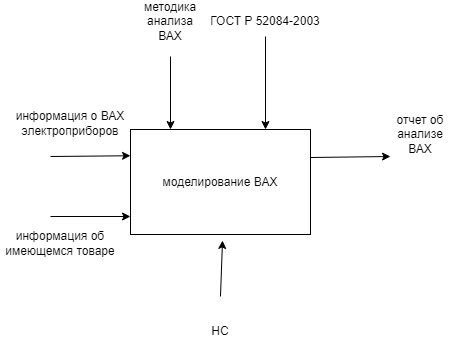
Earlier version of the draw.io export diagram.drawio.png (DiKachura/tppo). Source tidied: cells renumbered, new cells last; positions are measured from the earlier drawing's top-left corner, leaving out a move shared by most shapes. The source it was exported from:
```xml
<mxGraphModel>
  <root>
    <mxCell id="0" />
    <mxCell id="1" parent="0" />
    <mxCell id="2" value="моделирование ВАХ" style="rounded=0;whiteSpace=wrap;html=1;" parent="1" vertex="1">
      <mxGeometry x="130" y="123" width="180" height="105" as="geometry" />
    </mxCell>
    <mxCell id="3" style="endArrow=classic;html=1;rounded=0;entryX=0;entryY=0.25;entryDx=0;entryDy=0;" parent="1" edge="1" target="2">
      <mxGeometry relative="1" as="geometry">
        <mxPoint x="50" y="150" as="sourcePoint" />
      </mxGeometry>
    </mxCell>
    <mxCell id="4" style="endArrow=classic;html=1;rounded=0;entryX=0;entryY=0.25;entryDx=0;entryDy=0;" parent="1" edge="1">
      <mxGeometry relative="1" as="geometry">
        <mxPoint x="50" y="210" as="sourcePoint" />
        <mxPoint x="130" y="210" as="targetPoint" />
      </mxGeometry>
    </mxCell>
    <mxCell id="5" value="информация о ВАХ электроприборов" style="text;html=1;strokeColor=none;fillColor=none;align=center;verticalAlign=middle;whiteSpace=wrap;rounded=0;" parent="1" vertex="1">
      <mxGeometry x="10" y="90" width="120" height="53" as="geometry" />
    </mxCell>
    <mxCell id="6" value="информация об имеющемся товаре" style="text;html=1;strokeColor=none;fillColor=none;align=center;verticalAlign=middle;whiteSpace=wrap;rounded=0;" parent="1" vertex="1">
      <mxGeometry y="210" width="120" height="53" as="geometry" />
    </mxCell>
    <mxCell id="7" style="endArrow=classic;html=1;rounded=0;entryX=0.539;entryY=1.057;entryDx=0;entryDy=0;entryPerimeter=0;" parent="1" edge="1">
      <mxGeometry relative="1" as="geometry">
        <mxPoint x="220" y="290" as="sourcePoint" />
        <mxPoint x="222" y="234" as="targetPoint" />
      </mxGeometry>
    </mxCell>
    <mxCell id="8" value="НС" style="text;html=1;strokeColor=none;fillColor=none;align=center;verticalAlign=middle;whiteSpace=wrap;rounded=0;" parent="1" vertex="1">
      <mxGeometry x="190" y="310" width="60" height="30" as="geometry" />
    </mxCell>
    <mxCell id="9" style="endArrow=classic;html=1;rounded=0;entryX=0;entryY=0.25;entryDx=0;entryDy=0;" parent="1" edge="1">
      <mxGeometry relative="1" as="geometry">
        <mxPoint x="310" y="151" as="sourcePoint" />
        <mxPoint x="390" y="150" as="targetPoint" />
      </mxGeometry>
    </mxCell>
    <mxCell id="10" style="endArrow=classic;html=1;rounded=0;entryX=0.5;entryY=0;entryDx=0;entryDy=0;" parent="1" edge="1">
      <mxGeometry relative="1" as="geometry">
        <mxPoint x="170" y="50" as="sourcePoint" />
        <mxPoint x="170" y="123" as="targetPoint" />
      </mxGeometry>
    </mxCell>
    <mxCell id="11" value="методика анализа ВАХ" style="text;html=1;strokeColor=none;fillColor=none;align=center;verticalAlign=middle;whiteSpace=wrap;rounded=0;" parent="1" vertex="1">
      <mxGeometry x="140" width="60" height="30" as="geometry" />
    </mxCell>
    <mxCell id="12" value="отчет об анализе ВАХ" style="text;html=1;strokeColor=none;fillColor=none;align=center;verticalAlign=middle;whiteSpace=wrap;rounded=0;" parent="1" vertex="1">
      <mxGeometry x="390" y="113" width="60" height="30" as="geometry" />
    </mxCell>
    <mxCell id="13" style="edgeStyle=orthogonalEdgeStyle;rounded=0;jettySize=auto;html=1;entryX=0.75;entryY=0;entryDx=0;entryDy=0;" parent="1" edge="1" source="14" target="2">
      <mxGeometry relative="1" as="geometry" />
    </mxCell>
    <mxCell id="14" value="ГОСТ Р 52084-2003" style="text;html=1;strokeColor=none;fillColor=none;align=center;verticalAlign=middle;whiteSpace=wrap;rounded=0;" parent="1" vertex="1">
      <mxGeometry x="200" width="130" height="30" as="geometry" />
    </mxCell>
  </root>
</mxGraphModel>
```
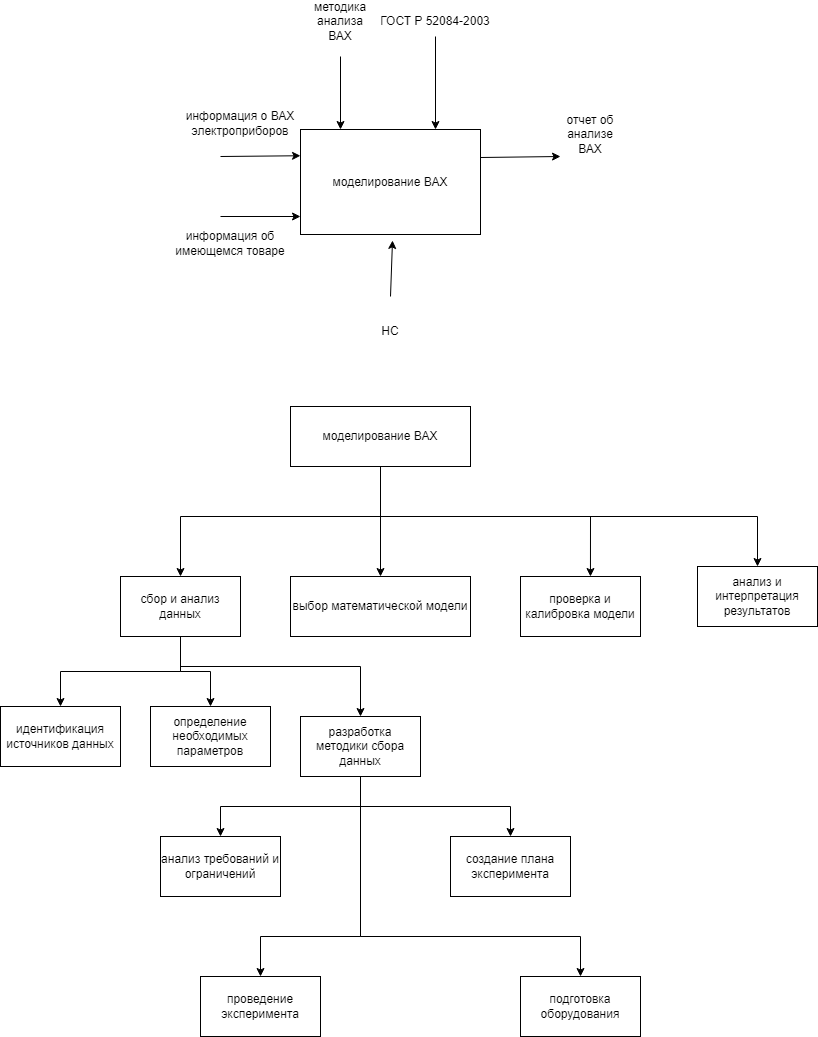
Later version of the same file.

Diff of the diagram source:
```diff
@@ -55,5 +55,114 @@
     <mxCell id="14" value="ГОСТ Р 52084-2003" style="text;html=1;strokeColor=none;fillColor=none;align=center;verticalAlign=middle;whiteSpace=wrap;rounded=0;" parent="1" vertex="1">
       <mxGeometry x="200" width="130" height="30" as="geometry" />
     </mxCell>
+    <mxCell id="15" style="edgeStyle=orthogonalEdgeStyle;rounded=0;jettySize=auto;html=1;" parent="1" edge="1" source="19" target="20">
+      <mxGeometry relative="1" as="geometry" />
+    </mxCell>
+    <mxCell id="16" style="edgeStyle=orthogonalEdgeStyle;rounded=0;jettySize=auto;html=1;" parent="1" edge="1" source="19" target="24">
+      <mxGeometry relative="1" as="geometry">
+        <Array as="points">
+          <mxPoint x="210" y="510" />
+          <mxPoint x="10" y="510" />
+        </Array>
+      </mxGeometry>
+    </mxCell>
+    <mxCell id="17" style="edgeStyle=orthogonalEdgeStyle;rounded=0;jettySize=auto;html=1;entryX=0.583;entryY=0;entryDx=0;entryDy=0;entryPerimeter=0;" parent="1" edge="1" source="19" target="25">
+      <mxGeometry relative="1" as="geometry">
+        <Array as="points">
+          <mxPoint x="210" y="510" />
+          <mxPoint x="420" y="510" />
+        </Array>
+      </mxGeometry>
+    </mxCell>
+    <mxCell id="18" style="edgeStyle=orthogonalEdgeStyle;rounded=0;jettySize=auto;html=1;entryX=0.5;entryY=0;entryDx=0;entryDy=0;" parent="1" edge="1" source="19" target="26">
+      <mxGeometry relative="1" as="geometry">
+        <Array as="points">
+          <mxPoint x="210" y="510" />
+          <mxPoint x="587" y="510" />
+        </Array>
+      </mxGeometry>
+    </mxCell>
+    <mxCell id="19" value="моделирование ВАХ" style="rounded=0;whiteSpace=wrap;html=1;" parent="1" vertex="1">
+      <mxGeometry x="120" y="400" width="180" height="60" as="geometry" />
+    </mxCell>
+    <mxCell id="20" value="выбор математической модели" style="rounded=0;whiteSpace=wrap;html=1;" parent="1" vertex="1">
+      <mxGeometry x="120" y="570" width="180" height="60" as="geometry" />
+    </mxCell>
+    <mxCell id="21" style="edgeStyle=orthogonalEdgeStyle;rounded=0;jettySize=auto;html=1;entryX=0.5;entryY=0;entryDx=0;entryDy=0;" parent="1" edge="1" source="24" target="28">
+      <mxGeometry relative="1" as="geometry" />
+    </mxCell>
+    <mxCell id="22" style="edgeStyle=orthogonalEdgeStyle;rounded=0;jettySize=auto;html=1;entryX=0.5;entryY=0;entryDx=0;entryDy=0;" parent="1" edge="1" source="24" target="27">
+      <mxGeometry relative="1" as="geometry" />
+    </mxCell>
+    <mxCell id="23" style="edgeStyle=orthogonalEdgeStyle;rounded=0;jettySize=auto;html=1;entryX=0.5;entryY=0;entryDx=0;entryDy=0;" parent="1" edge="1" source="24" target="33">
+      <mxGeometry relative="1" as="geometry">
+        <Array as="points">
+          <mxPoint x="10" y="660" />
+          <mxPoint x="190" y="660" />
+        </Array>
+      </mxGeometry>
+    </mxCell>
+    <mxCell id="24" value="сбор и анализ данных" style="rounded=0;whiteSpace=wrap;html=1;" parent="1" vertex="1">
+      <mxGeometry x="-50" y="570" width="120" height="60" as="geometry" />
+    </mxCell>
+    <mxCell id="25" value="проверка и калибровка модели" style="rounded=0;whiteSpace=wrap;html=1;" parent="1" vertex="1">
+      <mxGeometry x="350" y="570" width="120" height="60" as="geometry" />
+    </mxCell>
+    <mxCell id="26" value="анализ и интерпретация результатов" style="rounded=0;whiteSpace=wrap;html=1;" parent="1" vertex="1">
+      <mxGeometry x="527" y="560" width="120" height="60" as="geometry" />
+    </mxCell>
+    <mxCell id="27" value="идентификация источников данных" style="rounded=0;whiteSpace=wrap;html=1;" parent="1" vertex="1">
+      <mxGeometry x="-170" y="700" width="120" height="60" as="geometry" />
+    </mxCell>
+    <mxCell id="28" value="определение необходимых параметров" style="rounded=0;whiteSpace=wrap;html=1;" parent="1" vertex="1">
+      <mxGeometry x="-20" y="700" width="120" height="60" as="geometry" />
+    </mxCell>
+    <mxCell id="29" style="edgeStyle=orthogonalEdgeStyle;rounded=0;jettySize=auto;html=1;entryX=0.5;entryY=0;entryDx=0;entryDy=0;" parent="1" edge="1" source="33" target="34">
+      <mxGeometry relative="1" as="geometry">
+        <Array as="points">
+          <mxPoint x="190" y="800" />
+          <mxPoint x="50" y="800" />
+        </Array>
+      </mxGeometry>
+    </mxCell>
+    <mxCell id="30" style="edgeStyle=orthogonalEdgeStyle;rounded=0;jettySize=auto;html=1;entryX=0.5;entryY=0;entryDx=0;entryDy=0;" parent="1" edge="1" source="33" target="36">
+      <mxGeometry relative="1" as="geometry">
+        <Array as="points">
+          <mxPoint x="190" y="930" />
+          <mxPoint x="90" y="930" />
+        </Array>
+      </mxGeometry>
+    </mxCell>
+    <mxCell id="31" style="edgeStyle=orthogonalEdgeStyle;rounded=0;jettySize=auto;html=1;entryX=0.5;entryY=0;entryDx=0;entryDy=0;" parent="1" edge="1" source="33" target="37">
+      <mxGeometry relative="1" as="geometry">
+        <Array as="points">
+          <mxPoint x="190" y="930" />
+          <mxPoint x="410" y="930" />
+        </Array>
+      </mxGeometry>
+    </mxCell>
+    <mxCell id="32" style="edgeStyle=orthogonalEdgeStyle;rounded=0;jettySize=auto;html=1;entryX=0.5;entryY=0;entryDx=0;entryDy=0;" parent="1" edge="1" source="33" target="35">
+      <mxGeometry relative="1" as="geometry">
+        <Array as="points">
+          <mxPoint x="190" y="800" />
+          <mxPoint x="340" y="800" />
+        </Array>
+      </mxGeometry>
+    </mxCell>
+    <mxCell id="33" value="разработка методики сбора данных" style="rounded=0;whiteSpace=wrap;html=1;" parent="1" vertex="1">
+      <mxGeometry x="130" y="710" width="120" height="60" as="geometry" />
+    </mxCell>
+    <mxCell id="34" value="анализ требований и ограничений" style="rounded=0;whiteSpace=wrap;html=1;" parent="1" vertex="1">
+      <mxGeometry x="-10" y="830" width="120" height="60" as="geometry" />
+    </mxCell>
+    <mxCell id="35" value="создание плана эксперимента" style="rounded=0;whiteSpace=wrap;html=1;" parent="1" vertex="1">
+      <mxGeometry x="280" y="830" width="120" height="60" as="geometry" />
+    </mxCell>
+    <mxCell id="36" value="проведение эксперимента" style="rounded=0;whiteSpace=wrap;html=1;" parent="1" vertex="1">
+      <mxGeometry x="30" y="970" width="120" height="60" as="geometry" />
+    </mxCell>
+    <mxCell id="37" value="подготовка оборудования" style="rounded=0;whiteSpace=wrap;html=1;" parent="1" vertex="1">
+      <mxGeometry x="350" y="970" width="120" height="60" as="geometry" />
+    </mxCell>
   </root>
 </mxGraphModel>
```
